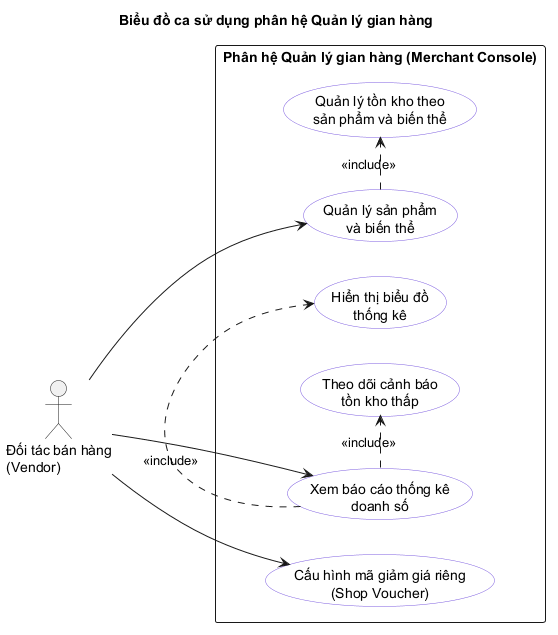
Before: report/Chuong/images/generated/merchant_console_use_case.png, a diagram exported from PlantUML (kiwwi1/DATN). Its diagram source:
```plantuml
@startuml
left to right direction
skinparam shadowing false
skinparam packageStyle rectangle
skinparam usecase {
  BackgroundColor white
  BorderColor #7C5CE0
}

title Biểu đồ ca sử dụng phân hệ Quản lý gian hàng

actor "Đối tác bán hàng\n(Vendor)" as Vendor

rectangle "Phân hệ Quản lý gian hàng (Merchant Console)" {
  usecase "Quản lý sản phẩm\nvà biến thể" as UC_Product
  usecase "Quản lý tồn kho theo\nsản phẩm và biến thể" as UC_Stock
  usecase "Cấu hình mã giảm giá riêng\n(Shop Voucher)" as UC_ShopVoucher
  usecase "Xem báo cáo thống kê\ndoanh số" as UC_Stats
  usecase "Hiển thị biểu đồ\nthống kê" as UC_Charts
  usecase "Theo dõi cảnh báo\ntồn kho thấp" as UC_LowStock
}

Vendor --> UC_Product
Vendor --> UC_ShopVoucher
Vendor --> UC_Stats

UC_Product .> UC_Stock : <<include>>
UC_Stats .> UC_Charts : <<include>>
UC_Stats .> UC_LowStock : <<include>>

@enduml
```
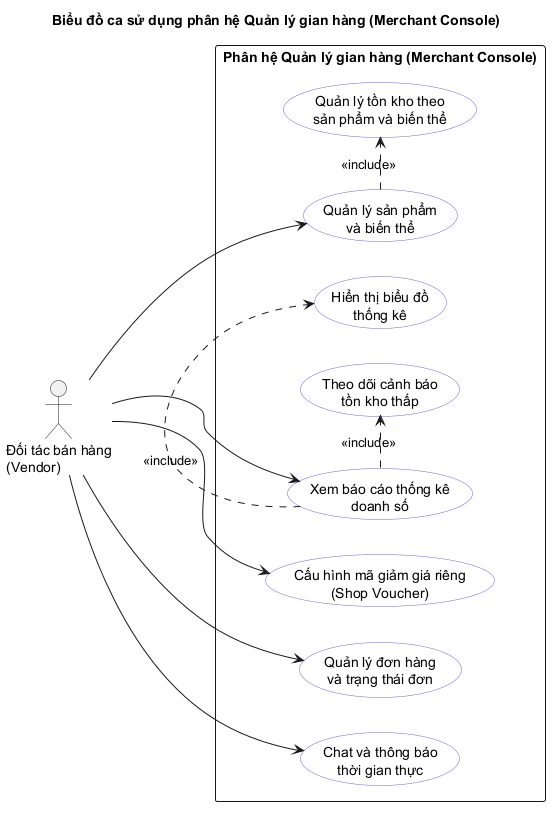
After the change.

The edit, as a diff of the source:
```diff
@@ -7,7 +7,7 @@
   BorderColor #7C5CE0
 }
 
-title Biểu đồ ca sử dụng phân hệ Quản lý gian hàng
+title Biểu đồ ca sử dụng phân hệ Quản lý gian hàng (Merchant Console)
 
 actor "Đối tác bán hàng\n(Vendor)" as Vendor
 
@@ -15,14 +15,18 @@
   usecase "Quản lý sản phẩm\nvà biến thể" as UC_Product
   usecase "Quản lý tồn kho theo\nsản phẩm và biến thể" as UC_Stock
   usecase "Cấu hình mã giảm giá riêng\n(Shop Voucher)" as UC_ShopVoucher
+  usecase "Quản lý đơn hàng\nvà trạng thái đơn" as UC_OrderMgr
   usecase "Xem báo cáo thống kê\ndoanh số" as UC_Stats
   usecase "Hiển thị biểu đồ\nthống kê" as UC_Charts
   usecase "Theo dõi cảnh báo\ntồn kho thấp" as UC_LowStock
+  usecase "Chat và thông báo\nthời gian thực" as UC_Chat
 }
 
 Vendor --> UC_Product
 Vendor --> UC_ShopVoucher
+Vendor --> UC_OrderMgr
 Vendor --> UC_Stats
+Vendor --> UC_Chat
 
 UC_Product .> UC_Stock : <<include>>
 UC_Stats .> UC_Charts : <<include>>
```
